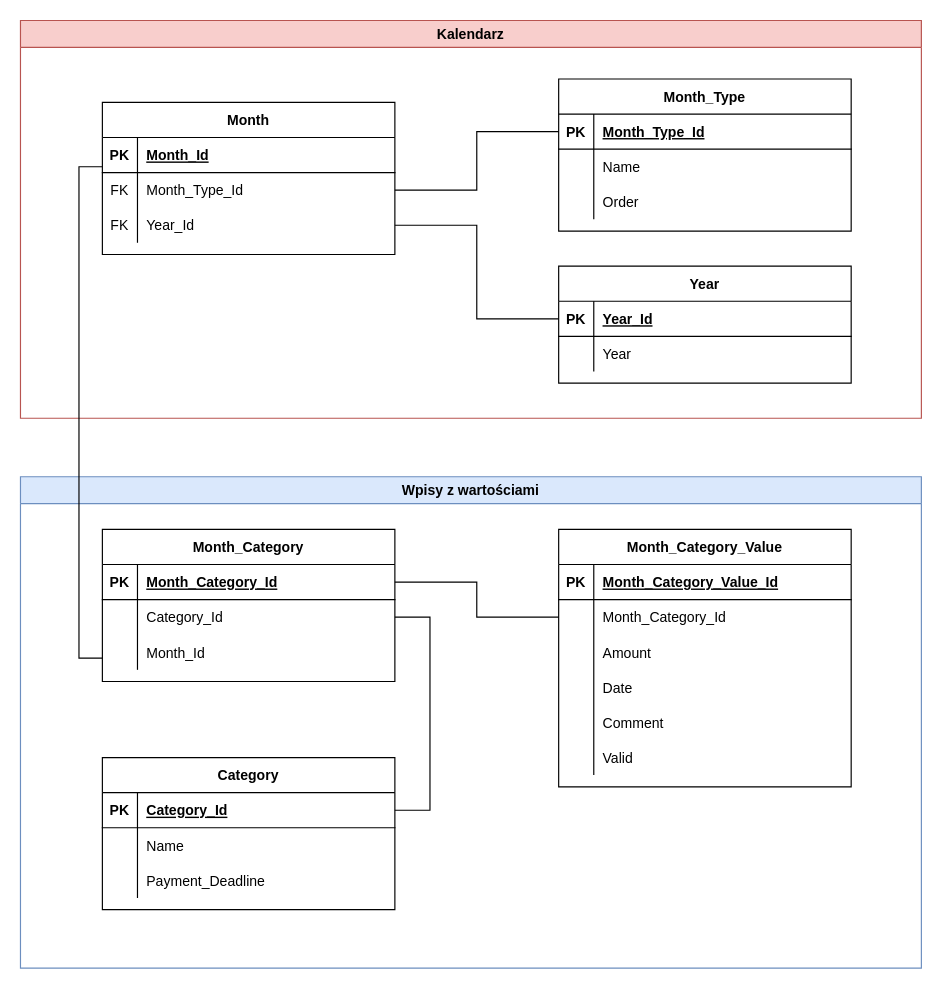
Earlier version of the draw.io diagram my_finances/my_finances_db_schema.drawio (lacoste125/draws_io). Source tidied: cells renumbered, new cells numbered last; positions are measured from the earlier drawing's top-left corner, leaving out a move shared by most shapes. Both pictures are drawn from the tidied source at 117%, with x=0, y=0 at pixel (20, 20).
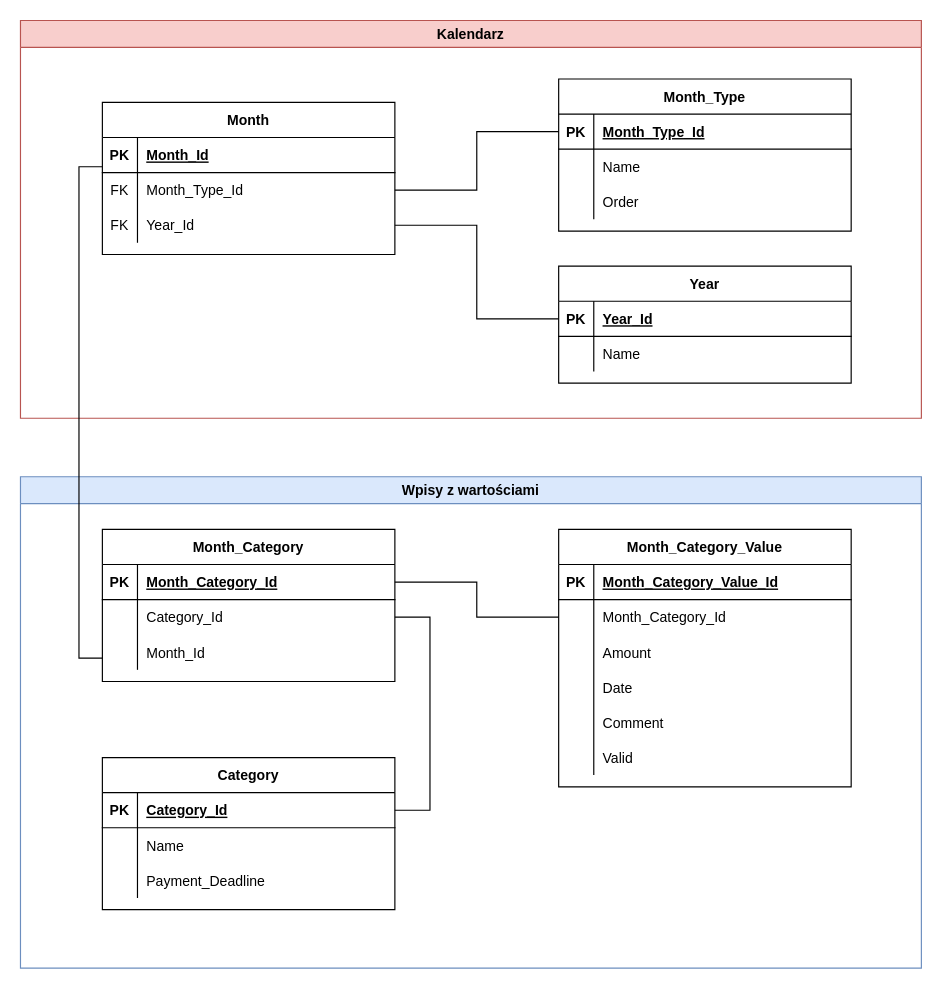
The same diagram, later.

Commit message:
MYSZ-14: zmiana nazwy kolumnyw 'year' tabeli

The change refers to these unchanged cells:
```xml
<mxCell id="17" style="shape=partialRectangle;fillColor=none;top=0;left=0;right=0;bottom=0;" parent="13" vertex="1">
  <mxGeometry y="60" width="250" height="30" as="geometry" />
</mxCell>
```

The edit, as a diff of the source:
```diff
@@
-    <mxCell id="19" value="Year" style="shape=partialRectangle;overflow=hidden;fillColor=none;top=0;left=0;bottom=0;right=0;align=left;spacingLeft=6;" parent="17" vertex="1">
+    <mxCell id="19" value="Name" style="shape=partialRectangle;overflow=hidden;fillColor=none;top=0;left=0;bottom=0;right=0;align=left;spacingLeft=6;" parent="17" vertex="1">
       <mxGeometry x="30" width="220" height="30" as="geometry" />
     </mxCell>
```
